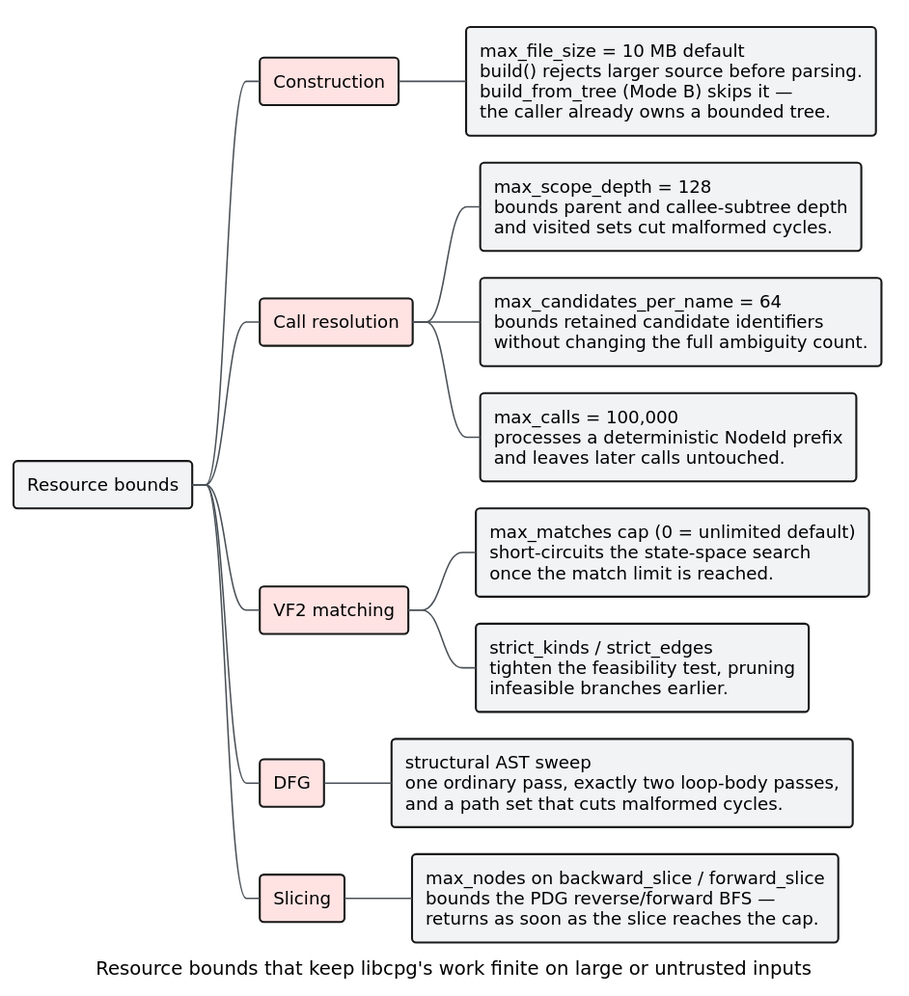
Before: docs/diagrams/resource-bounds.svg, a diagram exported from PlantUML (vinary-tree/libcpg). Its source is kept beside it as docs/diagrams/resource-bounds.puml.
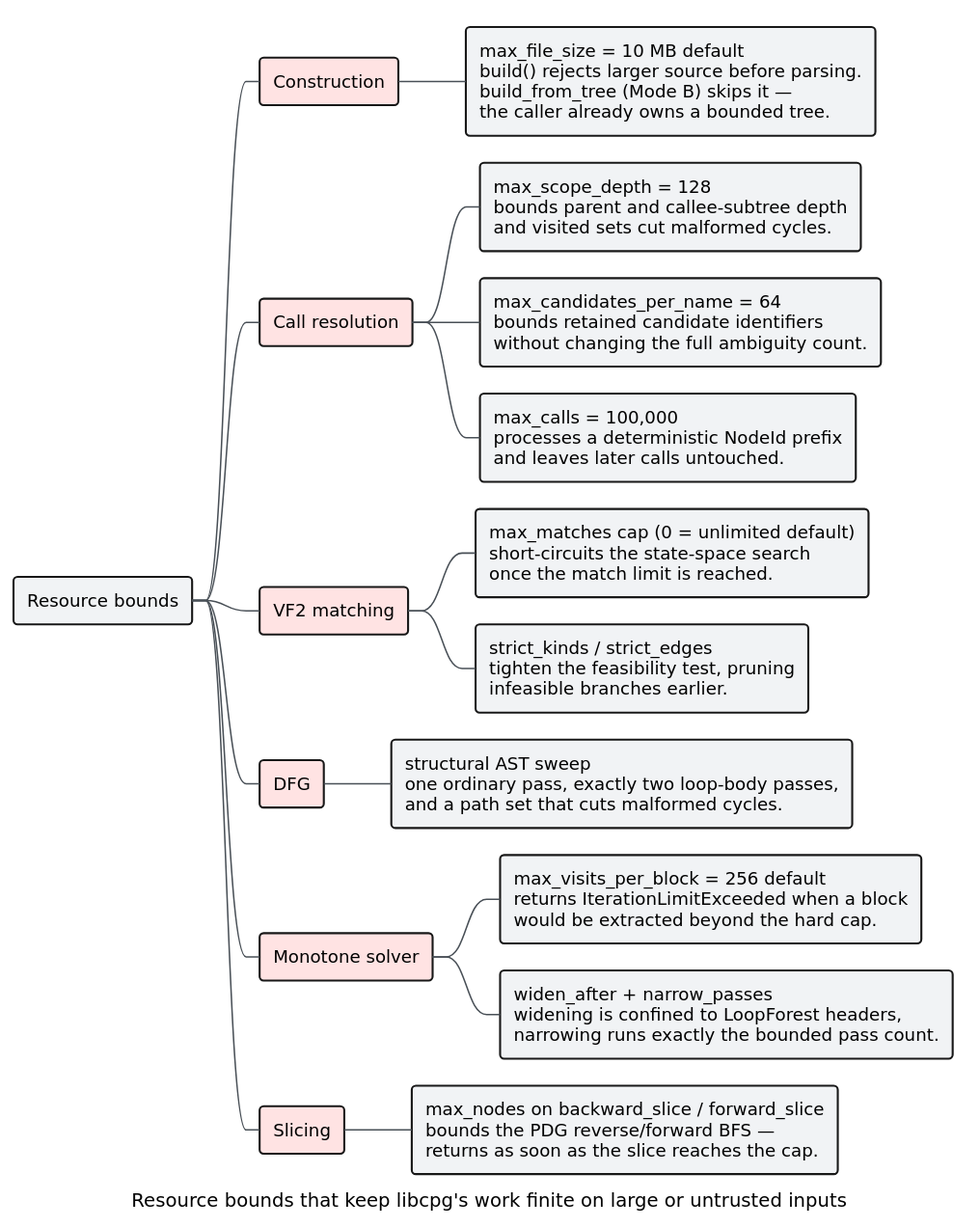
After the change.

What changed in the source:
```diff
@@ -29,6 +29,13 @@
 ***[#F1F3F5]:structural AST sweep
 one ordinary pass, exactly two loop-body passes,
 and a path set that cuts malformed cycles.;
+**[#FFE3E3] Monotone solver
+***[#F1F3F5]:max_visits_per_block = 256 default
+returns IterationLimitExceeded when a block
+would be extracted beyond the hard cap.;
+***[#F1F3F5]:widen_after + narrow_passes
+widening is confined to LoopForest headers,
+narrowing runs exactly the bounded pass count.;
 **[#FFE3E3] Slicing
 ***[#F1F3F5]:max_nodes on backward_slice / forward_slice
 bounds the PDG reverse/forward BFS —
```
